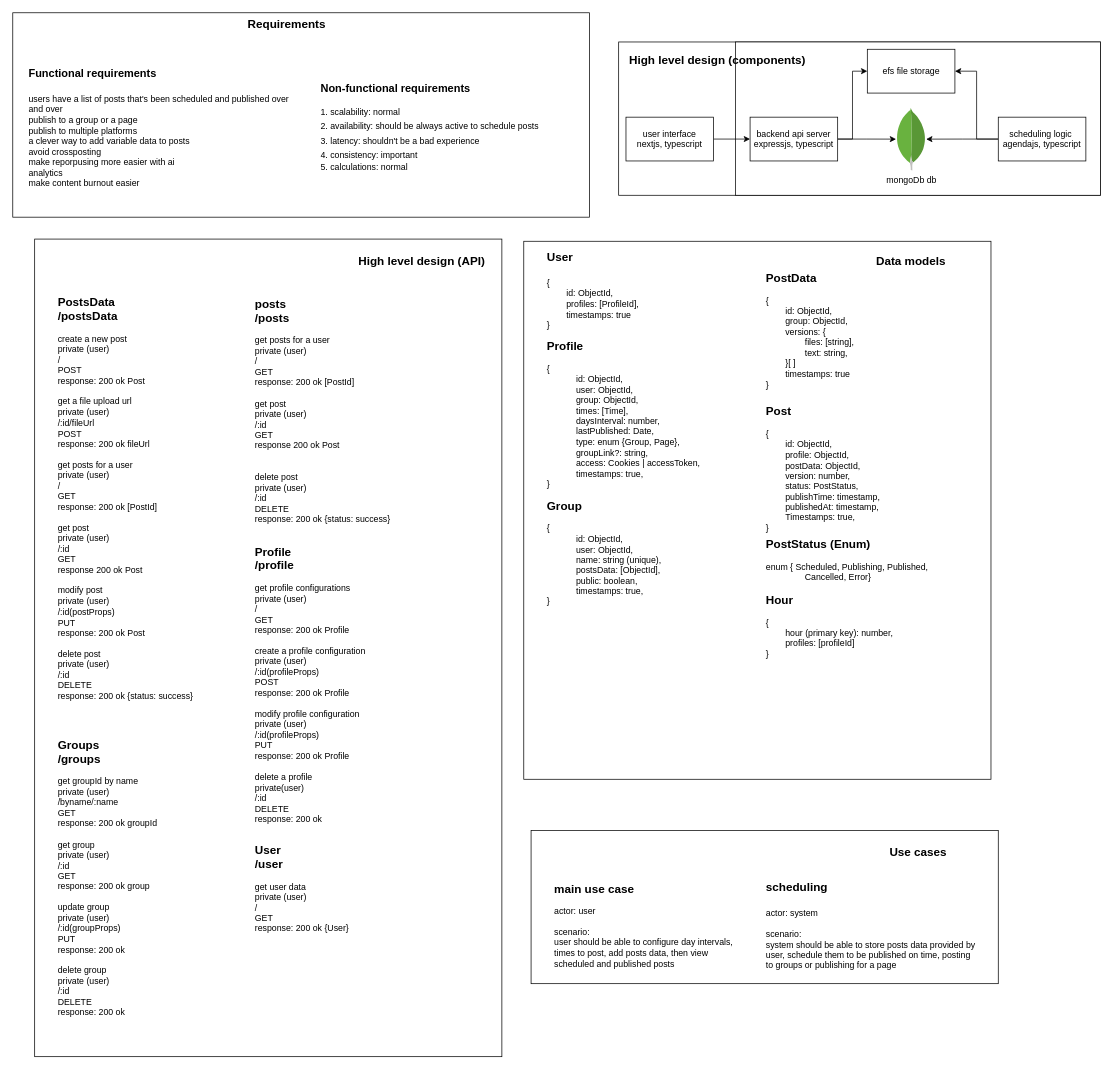
Above: page "high-level" (1 of 4) of auto-post.drawio in ahmed-elbehairy7/pamylka-system-design (draw.io), before the change. Source tidied: cells renumbered, new cells numbered last; positions are measured from the earlier drawing's top-left corner, leaving out a move shared by most shapes. Both pictures are drawn from the tidied source at 73%, with x=0, y=0 at pixel (12, 12).
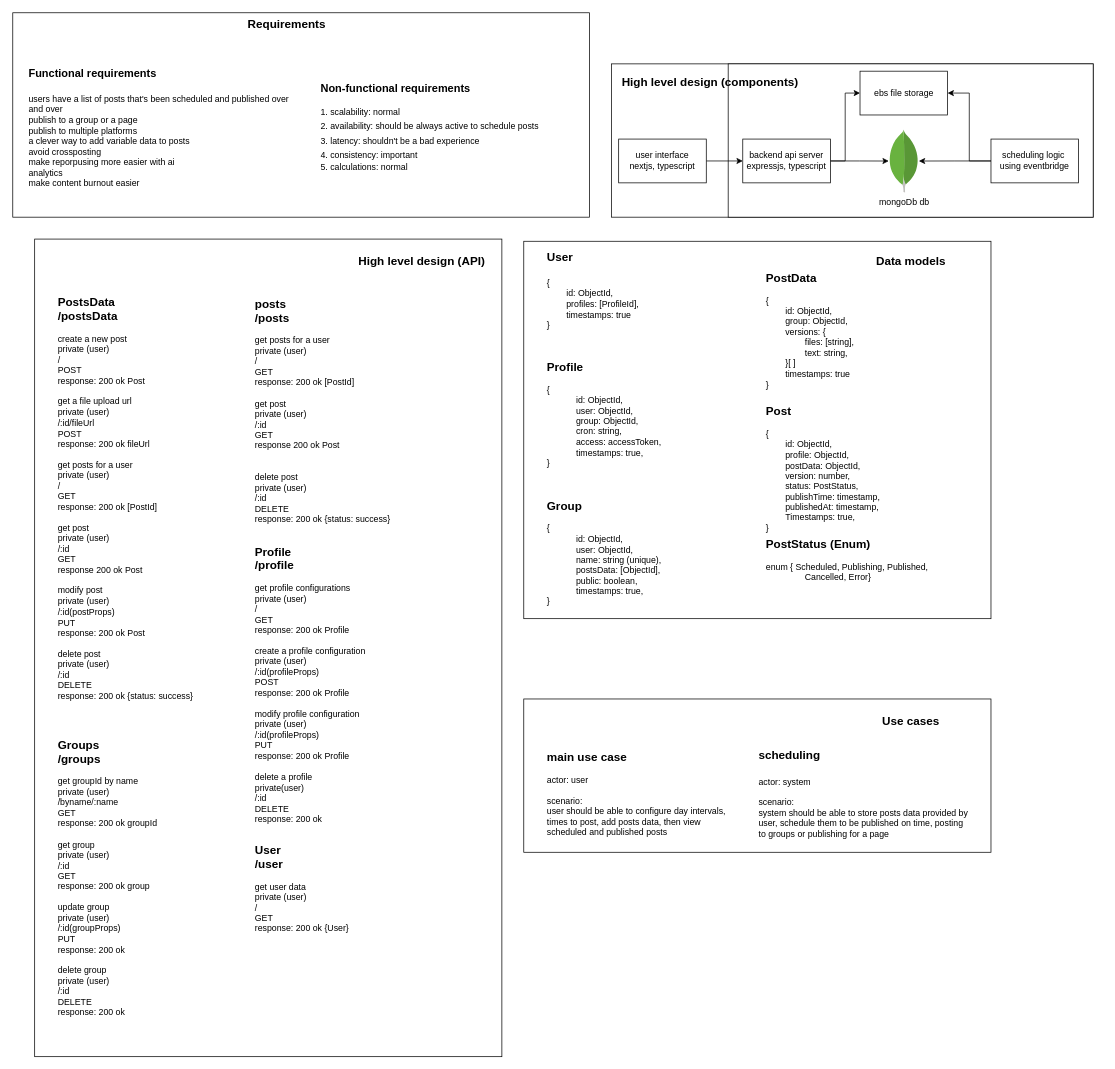
After the change.

The edit, as a diff of the source:
```diff
@@
     <mxCell id="2" style="group;" parent="1" vertex="1">
-      <mxGeometry x="830" y="40" width="662" height="210" as="geometry" />
+      <mxGeometry x="820" y="70" width="662" height="210" as="geometry" />
     </mxCell>
@@
-    <mxCell id="14" value="&lt;div&gt;scheduling logic&amp;nbsp;&lt;/div&gt;&lt;div&gt;agendajs, typescript&lt;/div&gt;" style="rounded=0;whiteSpace=wrap;html=1;" parent="2" vertex="1">
+    <mxCell id="14" value="&lt;div&gt;scheduling logic&amp;nbsp;&lt;/div&gt;&lt;div&gt;using eventbridge&lt;/div&gt;" style="rounded=0;whiteSpace=wrap;html=1;" parent="2" vertex="1">
       <mxGeometry x="520" y="103" width="120" height="60" as="geometry" />
     </mxCell>
-    <mxCell id="15" value="efs file storage" style="rounded=0;whiteSpace=wrap;html=1;" parent="2" vertex="1">
+    <mxCell id="15" value="ebs file storage" style="rounded=0;whiteSpace=wrap;html=1;" parent="2" vertex="1">
       <mxGeometry x="340.6" y="10" width="120" height="60" as="geometry" />
     </mxCell>
@@
     <mxCell id="29" style="group;" parent="1" vertex="1">
-      <mxGeometry x="710" y="1120" width="640" height="214" as="geometry" />
+      <mxGeometry x="700" y="940" width="640" height="214" as="geometry" />
     </mxCell>
@@
     <mxCell id="34" style="group;" parent="1" vertex="1">
-      <mxGeometry x="700" y="310" width="670" height="740" as="geometry" />
+      <mxGeometry x="700" y="310" width="642" height="524" as="geometry" />
     </mxCell>
     <mxCell id="35" style="whiteSpace=wrap;html=1;fontSize=11;" parent="34" vertex="1">
-      <mxGeometry y="3" width="640" height="737" as="geometry" />
+      <mxGeometry y="3" width="640" height="517" as="geometry" />
     </mxCell>
-    <mxCell id="36" value="&lt;div&gt;&lt;b style=&quot;font-size: 16px; background-color: transparent; color: light-dark(rgb(0, 0, 0), rgb(255, 255, 255));&quot;&gt;Profile&lt;/b&gt;&lt;/div&gt;&lt;div&gt;&lt;br&gt;&lt;/div&gt;&lt;div&gt;{&lt;/div&gt;&lt;blockquote style=&quot;margin: 0 0 0 40px; border: none; padding: 0px;&quot;&gt;&lt;div&gt;id: ObjectId,&lt;/div&gt;&lt;div&gt;user: ObjectId,&lt;/div&gt;&lt;div&gt;&lt;span style=&quot;background-color: transparent; color: light-dark(rgb(0, 0, 0), rgb(255, 255, 255));&quot;&gt;group: ObjectId,&lt;/span&gt;&lt;/div&gt;&lt;div&gt;times: [Time],&lt;/div&gt;&lt;div&gt;daysInterval: number,&lt;/div&gt;&lt;div&gt;&lt;span style=&quot;background-color: transparent; color: light-dark(rgb(0, 0, 0), rgb(255, 255, 255));&quot;&gt;lastPublished: Date,&lt;/span&gt;&lt;/div&gt;&lt;div&gt;type: enum {Group, Page},&lt;/div&gt;&lt;div&gt;groupLink?: string,&lt;/div&gt;&lt;div&gt;access: Cookies | accessToken,&lt;/div&gt;&lt;div&gt;timestamps: true,&lt;/div&gt;&lt;/blockquote&gt;&lt;div&gt;&lt;span style=&quot;background-color: transparent; color: light-dark(rgb(0, 0, 0), rgb(255, 255, 255));&quot;&gt;}&lt;/span&gt;&lt;/div&gt;" style="text;html=1;align=left;verticalAlign=middle;strokeColor=none;fillColor=none;" parent="34" vertex="1">
-      <mxGeometry x="30" y="130" width="230" height="220" as="geometry" />
+    <mxCell id="36" value="&lt;div&gt;&lt;b style=&quot;font-size: 16px; background-color: transparent; color: light-dark(rgb(0, 0, 0), rgb(255, 255, 255));&quot;&gt;Profile&lt;/b&gt;&lt;/div&gt;&lt;div&gt;&lt;br&gt;&lt;/div&gt;&lt;div&gt;{&lt;/div&gt;&lt;blockquote style=&quot;margin: 0 0 0 40px; border: none; padding: 0px;&quot;&gt;&lt;div&gt;id: ObjectId,&lt;/div&gt;&lt;div&gt;user: ObjectId,&lt;/div&gt;&lt;div&gt;&lt;span style=&quot;background-color: transparent; color: light-dark(rgb(0, 0, 0), rgb(255, 255, 255));&quot;&gt;group: ObjectId,&lt;/span&gt;&lt;/div&gt;&lt;div&gt;&lt;span style=&quot;background-color: transparent; color: light-dark(rgb(0, 0, 0), rgb(255, 255, 255));&quot;&gt;cron: string,&lt;/span&gt;&lt;/div&gt;&lt;div&gt;&lt;span style=&quot;background-color: transparent; color: light-dark(rgb(0, 0, 0), rgb(255, 255, 255));&quot;&gt;access: accessToken,&lt;/span&gt;&lt;/div&gt;&lt;div&gt;timestamps: true,&lt;/div&gt;&lt;/blockquote&gt;&lt;div&gt;&lt;span style=&quot;background-color: transparent; color: light-dark(rgb(0, 0, 0), rgb(255, 255, 255));&quot;&gt;}&lt;/span&gt;&lt;/div&gt;" style="text;html=1;align=left;verticalAlign=middle;strokeColor=none;fillColor=none;" parent="34" vertex="1">
+      <mxGeometry x="30" y="160" width="180" height="160" as="geometry" />
     </mxCell>
@@
-    <mxCell id="43" value="&lt;div&gt;&lt;span style=&quot;font-size: 16px;&quot;&gt;&lt;b&gt;Hour&lt;/b&gt;&lt;/span&gt;&lt;/div&gt;&lt;div&gt;&lt;span style=&quot;background-color: transparent; color: light-dark(rgb(0, 0, 0), rgb(255, 255, 255));&quot;&gt;&lt;br&gt;&lt;/span&gt;&lt;/div&gt;&lt;div&gt;&lt;span style=&quot;background-color: transparent; color: light-dark(rgb(0, 0, 0), rgb(255, 255, 255));&quot;&gt;{&lt;/span&gt;&lt;/div&gt;&lt;div&gt;&lt;span style=&quot;background-color: transparent; color: light-dark(rgb(0, 0, 0), rgb(255, 255, 255));&quot;&gt;&lt;span style=&quot;white-space: pre;&quot;&gt;&#9;&lt;/span&gt;hour (primary key): number,&lt;br&gt;&lt;/span&gt;&lt;/div&gt;&lt;div&gt;&lt;span style=&quot;background-color: transparent; color: light-dark(rgb(0, 0, 0), rgb(255, 255, 255));&quot;&gt;&lt;span style=&quot;white-space: pre;&quot;&gt;&#9;&lt;/span&gt;profiles: [profileId]&lt;br&gt;&lt;/span&gt;&lt;/div&gt;&lt;div&gt;&lt;span style=&quot;background-color: transparent; color: light-dark(rgb(0, 0, 0), rgb(255, 255, 255));&quot;&gt;&lt;/span&gt;&lt;span style=&quot;background-color: transparent; color: light-dark(rgb(0, 0, 0), rgb(255, 255, 255));&quot;&gt;}&lt;/span&gt;&lt;/div&gt;" style="text;html=1;align=left;verticalAlign=middle;strokeColor=none;fillColor=none;" parent="34" vertex="1">
-      <mxGeometry x="330" y="480" width="200" height="100" as="geometry" />
-    </mxCell>
```
